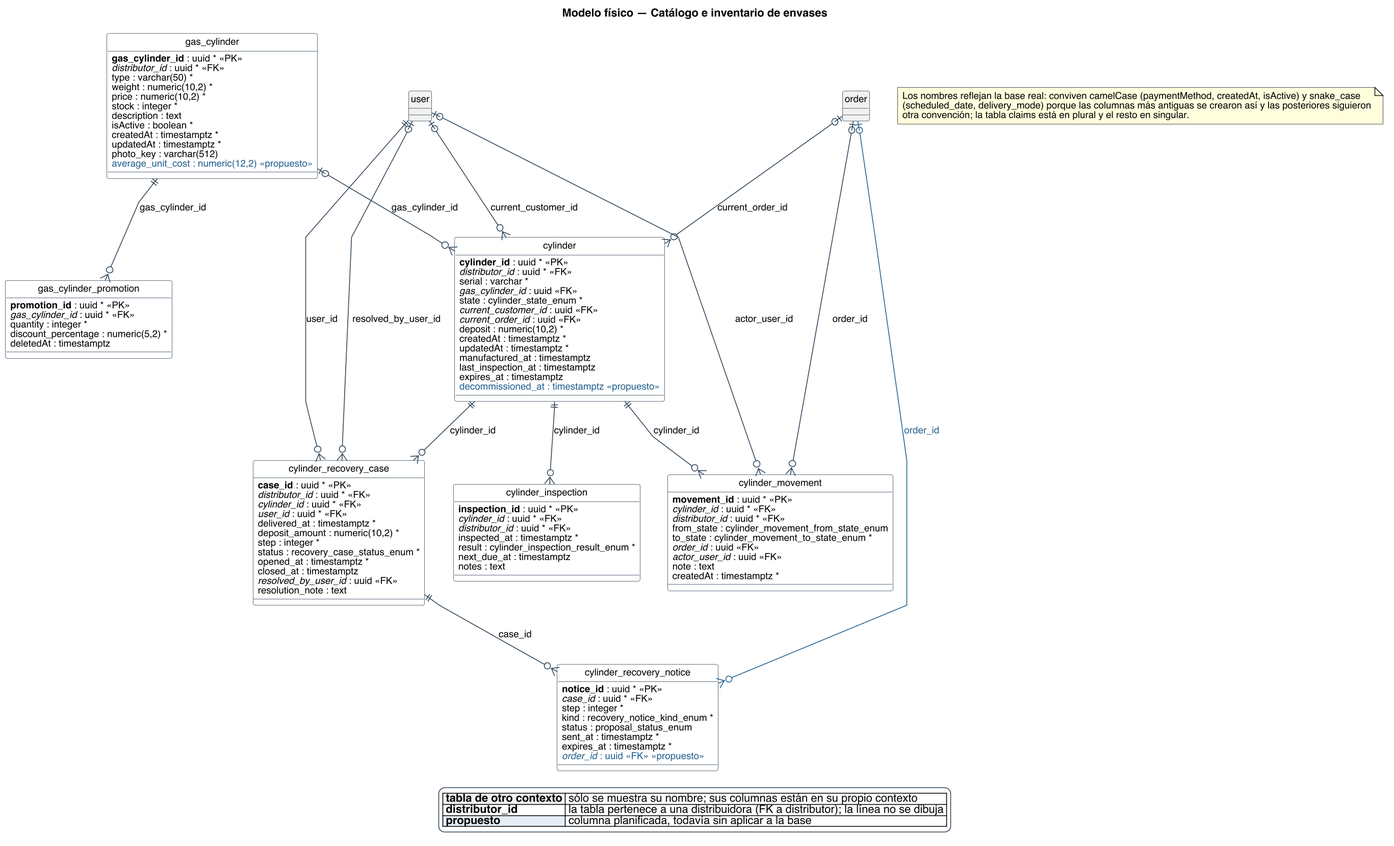
Above: diagramas/base-de-datos/fisico/SPLG-fisico-03-catalogo-e-inventario-de-envases.png in Nahuelito-Dev/splg-docs (PlantUML), before the change.
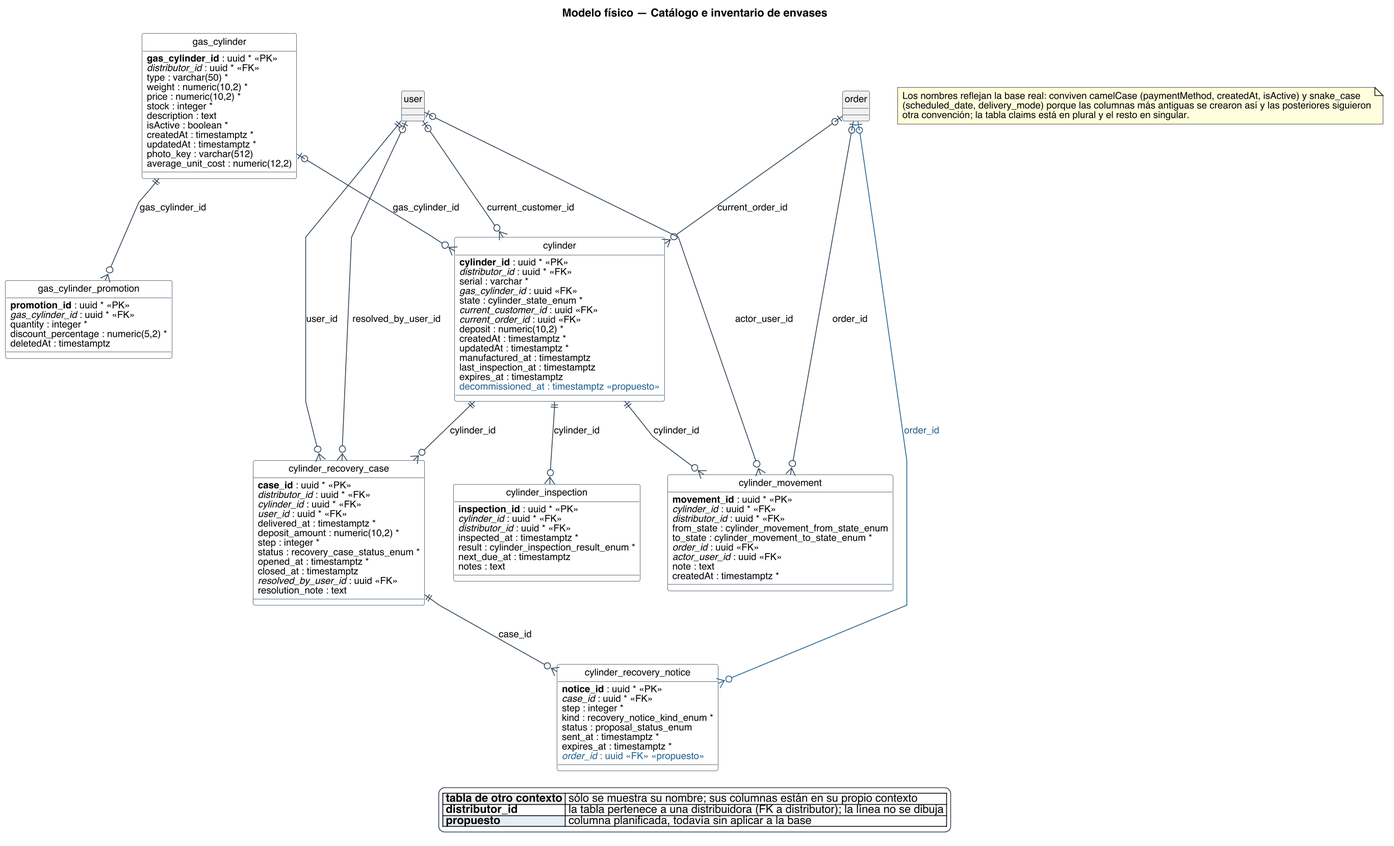
After the commit.

What changed in the source:
```diff
@@ -42,7 +42,7 @@
   {field} createdAt : timestamptz *
   {field} updatedAt : timestamptz *
   {field} photo_key : varchar(512)
-  {field} <color:#1F5E8C>average_unit_cost : numeric(12,2) <<propuesto>></color>
+  {field} average_unit_cost : numeric(12,2)
 }
 entity "gas_cylinder_promotion" as e_gas_cylinder_promotion {
   {field} **promotion_id** : uuid * <<PK>>
```
